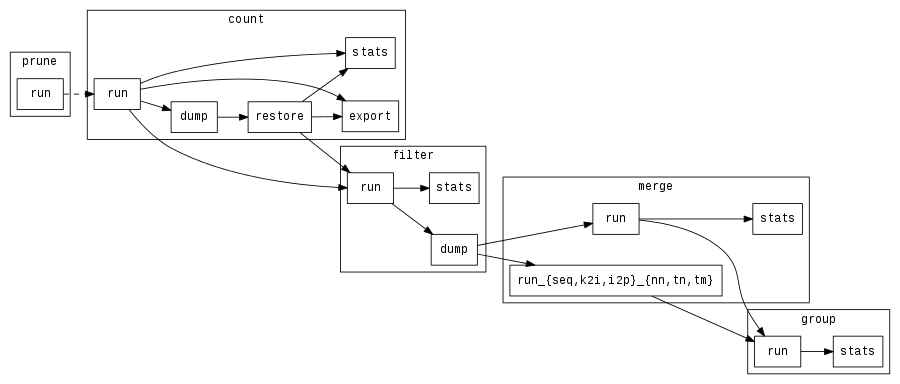
smufin/smufin-core keeps this Graphviz diagram as doc/figures/deps.png. Above is the earlier version. Its source is kept beside it as doc/figures/deps.dot.
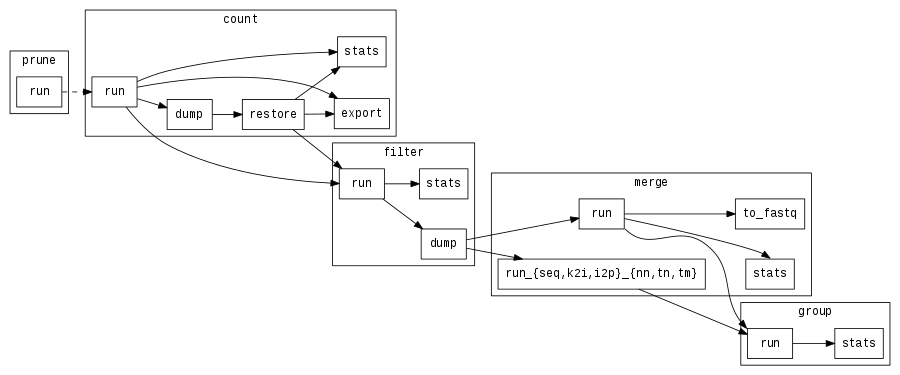
Above is the later version.

Diff of the diagram source:
```diff
@@ -36,6 +36,7 @@
         "merge:run_{seq,k2i,i2p}_{nn,tn,tm}"
             [label = "run_{seq,k2i,i2p}_{nn,tn,tm}"];
         "merge:stats" [label = stats];
+        "merge:to_fastq" [label = to_fastq];
     }
 
     subgraph cluster_4 {
@@ -61,8 +62,9 @@
     "filter:dump" -> "merge:run"
     "filter:dump" -> "merge:run_{seq,k2i,i2p}_{nn,tn,tm}"
 
-    "merge:run" -> "merge:stats"
-    "merge:run" -> "group:run"
+    "merge:run" -> "merge:stats":n
+    "merge:run" -> "merge:to_fastq"
+    "merge:run":se -> "group:run":nw
     "merge:run_{seq,k2i,i2p}_{nn,tn,tm}" -> "group:run"
 
     "group:run" -> "group:stats"
```
